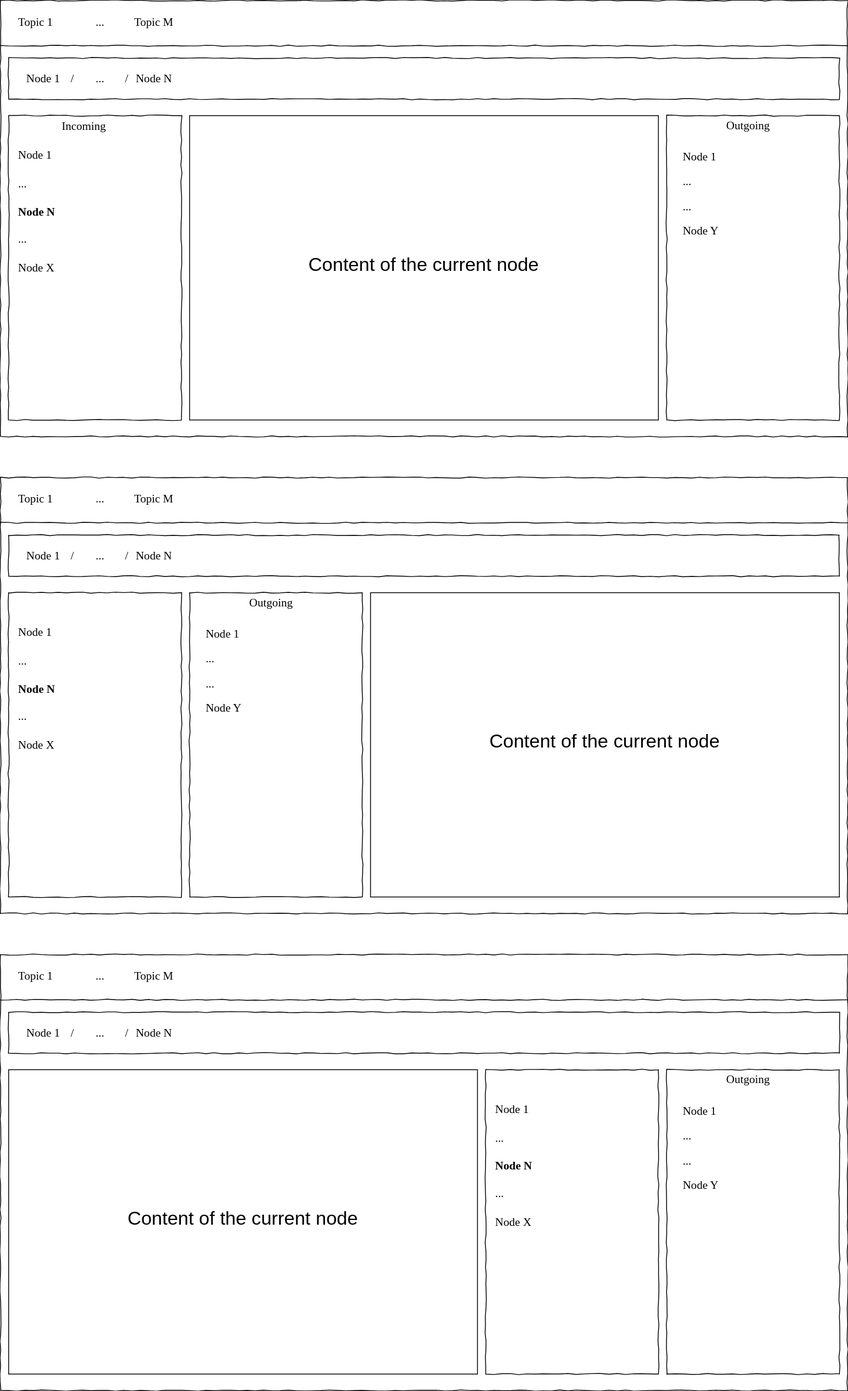
Earlier version of the draw.io export packages/app/dag-browser/doc/diagrams/digraph-wf-full.svg (AlexanderLapygin/dags). Source tidied: cells renumbered, new cells last; positions are measured from the earlier drawing's top-left corner, leaving out a move shared by most shapes.
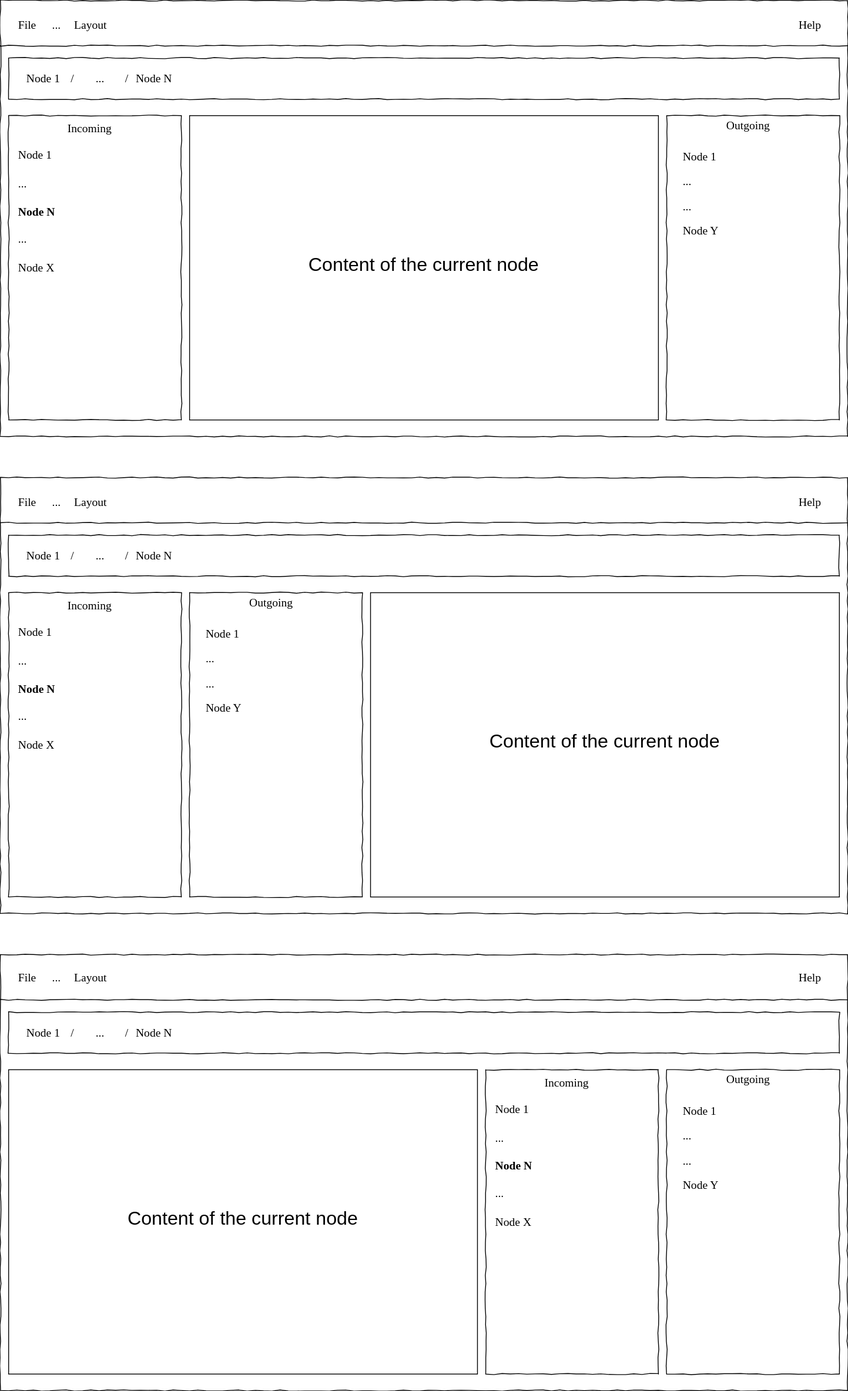
Above is the later version.

Diff of the diagram source:
```diff
@@ -5,15 +5,6 @@
     <mxCell id="2" style="whiteSpace=wrap;html=1;rounded=0;shadow=0;labelBackgroundColor=none;strokeColor=#000000;strokeWidth=1;fillColor=none;fontFamily=Verdana;fontSize=12;fontColor=#000000;align=center;comic=1;" parent="1" vertex="1">
       <mxGeometry width="1030" height="530" as="geometry" />
     </mxCell>
-    <mxCell id="3" value="Topic 1" style="text;html=1;align=left;verticalAlign=top;spacingTop=-4;fontSize=14;fontFamily=Verdana;" parent="1" vertex="1">
-      <mxGeometry x="20" y="16" width="60" height="20" as="geometry" />
-    </mxCell>
-    <mxCell id="4" value="..." style="text;html=1;align=center;verticalAlign=top;spacingTop=-4;fontSize=14;fontFamily=Verdana;" parent="1" vertex="1">
-      <mxGeometry x="91" y="16" width="60" height="20" as="geometry" />
-    </mxCell>
-    <mxCell id="5" value="Topic M" style="text;html=1;align=left;verticalAlign=top;spacingTop=-4;fontSize=14;fontFamily=Verdana;" parent="1" vertex="1">
-      <mxGeometry x="161" y="16" width="60" height="20" as="geometry" />
-    </mxCell>
     <mxCell id="6" style="line;strokeWidth=1;html=1;rounded=0;shadow=0;labelBackgroundColor=none;fillColor=none;fontFamily=Verdana;fontSize=14;fontColor=#000000;align=center;comic=1;" parent="1" vertex="1">
       <mxGeometry y="50" width="1030" height="10" as="geometry" />
     </mxCell>
@@ -26,9 +17,6 @@
     <mxCell id="9" value="/" style="text;html=1;align=left;verticalAlign=top;spacingTop=-4;fontSize=14;fontFamily=Verdana;" parent="1" vertex="1">
       <mxGeometry x="84" y="85" width="15" height="20" as="geometry" />
     </mxCell>
-    <mxCell id="10" value="Incoming" style="text;html=1;align=left;verticalAlign=top;spacingTop=-4;fontSize=14;fontFamily=Verdana;" parent="1" vertex="1">
-      <mxGeometry x="72.5" y="143" width="75" height="19.2" as="geometry" />
-    </mxCell>
     <mxCell id="11" style="group;" parent="1" vertex="1">
       <mxGeometry x="810" y="140" width="210" height="370" as="geometry" />
     </mxCell>
@@ -62,15 +50,6 @@
     <mxCell id="21" style="whiteSpace=wrap;html=1;rounded=0;shadow=0;labelBackgroundColor=none;strokeColor=#000000;strokeWidth=1;fillColor=none;fontFamily=Verdana;fontSize=12;fontColor=#000000;align=center;comic=1;" parent="1" vertex="1">
       <mxGeometry y="580" width="1030" height="530" as="geometry" />
     </mxCell>
-    <mxCell id="22" value="Topic 1" style="text;html=1;align=left;verticalAlign=top;spacingTop=-4;fontSize=14;fontFamily=Verdana;" parent="1" vertex="1">
-      <mxGeometry x="20" y="596" width="60" height="20" as="geometry" />
-    </mxCell>
-    <mxCell id="23" value="..." style="text;html=1;align=center;verticalAlign=top;spacingTop=-4;fontSize=14;fontFamily=Verdana;" parent="1" vertex="1">
-      <mxGeometry x="91" y="596" width="60" height="20" as="geometry" />
-    </mxCell>
-    <mxCell id="24" value="Topic M" style="text;html=1;align=left;verticalAlign=top;spacingTop=-4;fontSize=14;fontFamily=Verdana;" parent="1" vertex="1">
-      <mxGeometry x="161" y="596" width="60" height="20" as="geometry" />
-    </mxCell>
     <mxCell id="25" style="line;strokeWidth=1;html=1;rounded=0;shadow=0;labelBackgroundColor=none;fillColor=none;fontFamily=Verdana;fontSize=14;fontColor=#000000;align=center;comic=1;" parent="1" vertex="1">
       <mxGeometry y="630" width="1030" height="10" as="geometry" />
     </mxCell>
@@ -95,15 +74,6 @@
     <mxCell id="32" style="whiteSpace=wrap;html=1;rounded=0;shadow=0;labelBackgroundColor=none;strokeColor=#000000;strokeWidth=1;fillColor=none;fontFamily=Verdana;fontSize=12;fontColor=#000000;align=center;comic=1;" parent="1" vertex="1">
       <mxGeometry y="1160" width="1030" height="530" as="geometry" />
     </mxCell>
-    <mxCell id="33" value="Topic 1" style="text;html=1;align=left;verticalAlign=top;spacingTop=-4;fontSize=14;fontFamily=Verdana;" parent="1" vertex="1">
-      <mxGeometry x="20" y="1176" width="60" height="20" as="geometry" />
-    </mxCell>
-    <mxCell id="34" value="..." style="text;html=1;align=center;verticalAlign=top;spacingTop=-4;fontSize=14;fontFamily=Verdana;" parent="1" vertex="1">
-      <mxGeometry x="91" y="1176" width="60" height="20" as="geometry" />
-    </mxCell>
-    <mxCell id="35" value="Topic M" style="text;html=1;align=left;verticalAlign=top;spacingTop=-4;fontSize=14;fontFamily=Verdana;" parent="1" vertex="1">
-      <mxGeometry x="161" y="1176" width="60" height="20" as="geometry" />
-    </mxCell>
     <mxCell id="36" style="line;strokeWidth=1;html=1;rounded=0;shadow=0;labelBackgroundColor=none;fillColor=none;fontFamily=Verdana;fontSize=14;fontColor=#000000;align=center;comic=1;" parent="1" vertex="1">
       <mxGeometry y="1210" width="1030" height="10" as="geometry" />
     </mxCell>
@@ -176,6 +146,60 @@
     <mxCell id="59" value="&lt;font style=&quot;font-size: 23px&quot;&gt;&lt;br&gt;&lt;br&gt;&lt;br&gt;&lt;br&gt;&lt;br&gt;&lt;br&gt;Сontent of the current node&lt;/font&gt;" style="text;spacingTop=-5;whiteSpace=wrap;html=1;align=center;fontSize=12;fontFamily=Helvetica;fillColor=none;strokeColor=#000000;" parent="1" vertex="1">
       <mxGeometry x="10" y="1300" width="570" height="370" as="geometry" />
     </mxCell>
+    <mxCell id="81" style="group;" parent="1" vertex="1">
+      <mxGeometry x="20" y="20" width="989" height="20" as="geometry" />
+    </mxCell>
+    <mxCell id="82" style="group;" parent="81" vertex="1">
+      <mxGeometry width="186" height="20" as="geometry" />
+    </mxCell>
+    <mxCell id="83" value="File" style="text;html=1;align=left;verticalAlign=top;spacingTop=-4;fontSize=14;fontFamily=Verdana;" parent="82" vertex="1">
+      <mxGeometry width="30" height="20" as="geometry" />
+    </mxCell>
+    <mxCell id="84" value="..." style="text;html=1;align=center;verticalAlign=top;spacingTop=-4;fontSize=14;fontFamily=Verdana;" parent="82" vertex="1">
+      <mxGeometry x="34" width="28" height="20" as="geometry" />
+    </mxCell>
+    <mxCell id="85" value="Layout" style="text;html=1;align=left;verticalAlign=top;spacingTop=-4;fontSize=14;fontFamily=Verdana;" parent="82" vertex="1">
+      <mxGeometry x="68" width="60" height="20" as="geometry" />
+    </mxCell>
+    <mxCell id="86" value="Help" style="text;html=1;align=left;verticalAlign=top;spacingTop=-4;fontSize=14;fontFamily=Verdana;" parent="81" vertex="1">
+      <mxGeometry x="949" width="40" height="20" as="geometry" />
+    </mxCell>
+    <mxCell id="87" style="group;" parent="1" vertex="1">
+      <mxGeometry x="20" y="600" width="989" height="20" as="geometry" />
+    </mxCell>
+    <mxCell id="88" style="group;" parent="87" vertex="1">
+      <mxGeometry width="186" height="20" as="geometry" />
+    </mxCell>
+    <mxCell id="89" value="File" style="text;html=1;align=left;verticalAlign=top;spacingTop=-4;fontSize=14;fontFamily=Verdana;" parent="88" vertex="1">
+      <mxGeometry width="30" height="20" as="geometry" />
+    </mxCell>
+    <mxCell id="90" value="..." style="text;html=1;align=center;verticalAlign=top;spacingTop=-4;fontSize=14;fontFamily=Verdana;" parent="88" vertex="1">
+      <mxGeometry x="34" width="28" height="20" as="geometry" />
+    </mxCell>
+    <mxCell id="91" value="Layout" style="text;html=1;align=left;verticalAlign=top;spacingTop=-4;fontSize=14;fontFamily=Verdana;" parent="88" vertex="1">
+      <mxGeometry x="68" width="60" height="20" as="geometry" />
+    </mxCell>
+    <mxCell id="92" value="Help" style="text;html=1;align=left;verticalAlign=top;spacingTop=-4;fontSize=14;fontFamily=Verdana;" parent="87" vertex="1">
+      <mxGeometry x="949" width="40" height="20" as="geometry" />
+    </mxCell>
+    <mxCell id="93" style="group;" parent="1" vertex="1">
+      <mxGeometry x="20" y="1178" width="989" height="20" as="geometry" />
+    </mxCell>
+    <mxCell id="94" style="group;" parent="93" vertex="1">
+      <mxGeometry width="186" height="20" as="geometry" />
+    </mxCell>
+    <mxCell id="95" value="File" style="text;html=1;align=left;verticalAlign=top;spacingTop=-4;fontSize=14;fontFamily=Verdana;" parent="94" vertex="1">
+      <mxGeometry width="30" height="20" as="geometry" />
+    </mxCell>
+    <mxCell id="96" value="..." style="text;html=1;align=center;verticalAlign=top;spacingTop=-4;fontSize=14;fontFamily=Verdana;" parent="94" vertex="1">
+      <mxGeometry x="34" width="28" height="20" as="geometry" />
+    </mxCell>
+    <mxCell id="97" value="Layout" style="text;html=1;align=left;verticalAlign=top;spacingTop=-4;fontSize=14;fontFamily=Verdana;" parent="94" vertex="1">
+      <mxGeometry x="68" width="60" height="20" as="geometry" />
+    </mxCell>
+    <mxCell id="98" value="Help" style="text;html=1;align=left;verticalAlign=top;spacingTop=-4;fontSize=14;fontFamily=Verdana;" parent="93" vertex="1">
+      <mxGeometry x="949" width="40" height="20" as="geometry" />
+    </mxCell>
     <mxCell id="60" style="group;" parent="1" vertex="1">
       <mxGeometry x="10" y="140" width="210" height="370" as="geometry" />
     </mxCell>
@@ -197,47 +221,56 @@
     <mxCell id="66" value="Node X" style="text;html=1;align=left;verticalAlign=top;spacingTop=-4;fontSize=14;fontFamily=Verdana;" parent="60" vertex="1">
       <mxGeometry x="10" y="175.4" width="170" height="19.2" as="geometry" />
     </mxCell>
+    <mxCell id="99" value="Incoming" style="text;html=1;align=left;verticalAlign=top;spacingTop=-4;fontSize=14;fontFamily=Verdana;" parent="60" vertex="1">
+      <mxGeometry x="70" y="6" width="75" height="19.2" as="geometry" />
+    </mxCell>
     <mxCell id="67" style="group;" parent="1" vertex="1">
       <mxGeometry x="10" y="720" width="210" height="370" as="geometry" />
     </mxCell>
-    <mxCell id="68" style="whiteSpace=wrap;html=1;rounded=0;shadow=0;labelBackgroundColor=none;strokeWidth=1;fillColor=none;fontFamily=Verdana;fontSize=12;align=center;comic=1;" parent="67" vertex="1">
-      <mxGeometry width="210" height="370" as="geometry" />
-    </mxCell>
-    <mxCell id="69" value="Node 1" style="text;html=1;align=left;verticalAlign=top;spacingTop=-4;fontSize=14;fontFamily=Verdana;" parent="67" vertex="1">
-      <mxGeometry x="10" y="38.3" width="170" height="19.2" as="geometry" />
-    </mxCell>
-    <mxCell id="70" value="&lt;div style=&quot;text-align: center&quot;&gt;&lt;span&gt;...&lt;/span&gt;&lt;/div&gt;" style="text;html=1;align=left;verticalAlign=top;spacingTop=-4;fontSize=14;fontFamily=Verdana;" parent="67" vertex="1">
-      <mxGeometry x="10" y="72.9" width="170" height="19.2" as="geometry" />
-    </mxCell>
-    <mxCell id="71" value="Node N" style="text;html=1;align=left;verticalAlign=top;spacingTop=-4;fontSize=14;fontFamily=Verdana;fontStyle=1;" parent="67" vertex="1">
-      <mxGeometry x="10" y="106.6" width="170" height="19.2" as="geometry" />
-    </mxCell>
-    <mxCell id="72" value="..." style="text;html=1;align=left;verticalAlign=top;spacingTop=-4;fontSize=14;fontFamily=Verdana;" parent="67" vertex="1">
-      <mxGeometry x="10" y="140" width="170" height="19.2" as="geometry" />
-    </mxCell>
-    <mxCell id="73" value="Node X" style="text;html=1;align=left;verticalAlign=top;spacingTop=-4;fontSize=14;fontFamily=Verdana;" parent="67" vertex="1">
-      <mxGeometry x="10" y="175.4" width="170" height="19.2" as="geometry" />
-    </mxCell>
+    <mxCell id="100" style="whiteSpace=wrap;html=1;rounded=0;shadow=0;labelBackgroundColor=none;strokeWidth=1;fillColor=none;fontFamily=Verdana;fontSize=12;align=center;comic=1;" parent="67" vertex="1">
+      <mxGeometry width="210" height="370" as="geometry" />
+    </mxCell>
+    <mxCell id="101" value="Node 1" style="text;html=1;align=left;verticalAlign=top;spacingTop=-4;fontSize=14;fontFamily=Verdana;" parent="67" vertex="1">
+      <mxGeometry x="10" y="38.3" width="170" height="19.2" as="geometry" />
+    </mxCell>
+    <mxCell id="102" value="&lt;div style=&quot;text-align: center&quot;&gt;&lt;span&gt;...&lt;/span&gt;&lt;/div&gt;" style="text;html=1;align=left;verticalAlign=top;spacingTop=-4;fontSize=14;fontFamily=Verdana;" parent="67" vertex="1">
+      <mxGeometry x="10" y="72.9" width="170" height="19.2" as="geometry" />
+    </mxCell>
+    <mxCell id="103" value="Node N" style="text;html=1;align=left;verticalAlign=top;spacingTop=-4;fontSize=14;fontFamily=Verdana;fontStyle=1;" parent="67" vertex="1">
+      <mxGeometry x="10" y="106.6" width="170" height="19.2" as="geometry" />
+    </mxCell>
+    <mxCell id="104" value="..." style="text;html=1;align=left;verticalAlign=top;spacingTop=-4;fontSize=14;fontFamily=Verdana;" parent="67" vertex="1">
+      <mxGeometry x="10" y="140" width="170" height="19.2" as="geometry" />
+    </mxCell>
+    <mxCell id="105" value="Node X" style="text;html=1;align=left;verticalAlign=top;spacingTop=-4;fontSize=14;fontFamily=Verdana;" parent="67" vertex="1">
+      <mxGeometry x="10" y="175.4" width="170" height="19.2" as="geometry" />
+    </mxCell>
+    <mxCell id="106" value="Incoming" style="text;html=1;align=left;verticalAlign=top;spacingTop=-4;fontSize=14;fontFamily=Verdana;" parent="67" vertex="1">
+      <mxGeometry x="70" y="6" width="75" height="19.2" as="geometry" />
+    </mxCell>
     <mxCell id="74" style="group;" parent="1" vertex="1">
       <mxGeometry x="590" y="1300" width="210" height="370" as="geometry" />
     </mxCell>
-    <mxCell id="75" style="whiteSpace=wrap;html=1;rounded=0;shadow=0;labelBackgroundColor=none;strokeWidth=1;fillColor=none;fontFamily=Verdana;fontSize=12;align=center;comic=1;" parent="74" vertex="1">
-      <mxGeometry width="210" height="370" as="geometry" />
-    </mxCell>
-    <mxCell id="76" value="Node 1" style="text;html=1;align=left;verticalAlign=top;spacingTop=-4;fontSize=14;fontFamily=Verdana;" parent="74" vertex="1">
-      <mxGeometry x="10" y="38.3" width="170" height="19.2" as="geometry" />
-    </mxCell>
-    <mxCell id="77" value="&lt;div style=&quot;text-align: center&quot;&gt;&lt;span&gt;...&lt;/span&gt;&lt;/div&gt;" style="text;html=1;align=left;verticalAlign=top;spacingTop=-4;fontSize=14;fontFamily=Verdana;" parent="74" vertex="1">
-      <mxGeometry x="10" y="72.9" width="170" height="19.2" as="geometry" />
-    </mxCell>
-    <mxCell id="78" value="Node N" style="text;html=1;align=left;verticalAlign=top;spacingTop=-4;fontSize=14;fontFamily=Verdana;fontStyle=1;" parent="74" vertex="1">
-      <mxGeometry x="10" y="106.6" width="170" height="19.2" as="geometry" />
-    </mxCell>
-    <mxCell id="79" value="..." style="text;html=1;align=left;verticalAlign=top;spacingTop=-4;fontSize=14;fontFamily=Verdana;" parent="74" vertex="1">
-      <mxGeometry x="10" y="140" width="170" height="19.2" as="geometry" />
-    </mxCell>
-    <mxCell id="80" value="Node X" style="text;html=1;align=left;verticalAlign=top;spacingTop=-4;fontSize=14;fontFamily=Verdana;" parent="74" vertex="1">
-      <mxGeometry x="10" y="175.4" width="170" height="19.2" as="geometry" />
-    </mxCell>
+    <mxCell id="107" style="whiteSpace=wrap;html=1;rounded=0;shadow=0;labelBackgroundColor=none;strokeWidth=1;fillColor=none;fontFamily=Verdana;fontSize=12;align=center;comic=1;" parent="74" vertex="1">
+      <mxGeometry width="210" height="370" as="geometry" />
+    </mxCell>
+    <mxCell id="108" value="Node 1" style="text;html=1;align=left;verticalAlign=top;spacingTop=-4;fontSize=14;fontFamily=Verdana;" parent="74" vertex="1">
+      <mxGeometry x="10" y="38.3" width="170" height="19.2" as="geometry" />
+    </mxCell>
+    <mxCell id="109" value="&lt;div style=&quot;text-align: center&quot;&gt;&lt;span&gt;...&lt;/span&gt;&lt;/div&gt;" style="text;html=1;align=left;verticalAlign=top;spacingTop=-4;fontSize=14;fontFamily=Verdana;" parent="74" vertex="1">
+      <mxGeometry x="10" y="72.9" width="170" height="19.2" as="geometry" />
+    </mxCell>
+    <mxCell id="110" value="Node N" style="text;html=1;align=left;verticalAlign=top;spacingTop=-4;fontSize=14;fontFamily=Verdana;fontStyle=1;" parent="74" vertex="1">
+      <mxGeometry x="10" y="106.6" width="170" height="19.2" as="geometry" />
+    </mxCell>
+    <mxCell id="111" value="..." style="text;html=1;align=left;verticalAlign=top;spacingTop=-4;fontSize=14;fontFamily=Verdana;" parent="74" vertex="1">
+      <mxGeometry x="10" y="140" width="170" height="19.2" as="geometry" />
+    </mxCell>
+    <mxCell id="112" value="Node X" style="text;html=1;align=left;verticalAlign=top;spacingTop=-4;fontSize=14;fontFamily=Verdana;" parent="74" vertex="1">
+      <mxGeometry x="10" y="175.4" width="170" height="19.2" as="geometry" />
+    </mxCell>
+    <mxCell id="113" value="Incoming" style="text;html=1;align=left;verticalAlign=top;spacingTop=-4;fontSize=14;fontFamily=Verdana;" parent="74" vertex="1">
+      <mxGeometry x="70" y="6" width="75" height="19.2" as="geometry" />
+    </mxCell>
   </root>
 </mxGraphModel>
```
